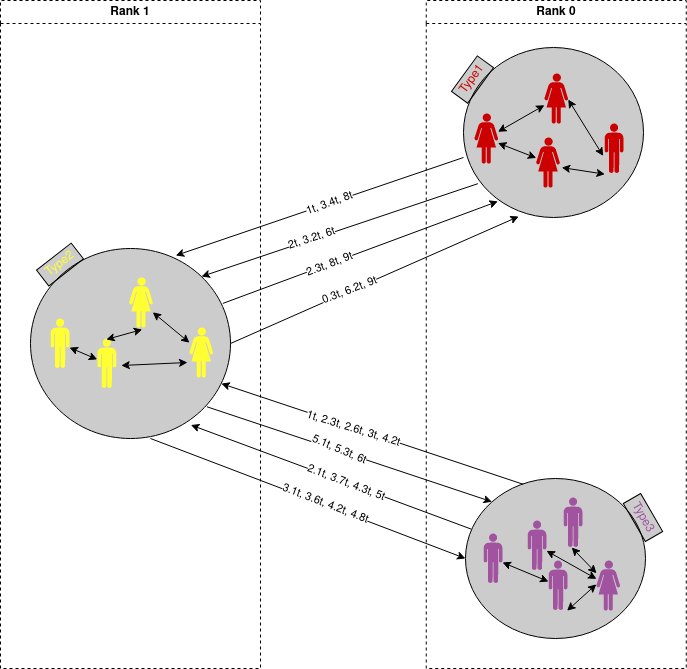
Before: docs/images/MASimplementation.drawio.png, a diagram exported from draw.io (josura/c2c-sepia). Source tidied: cells renumbered, new cells last; positions are measured from the earlier drawing's top-left corner, leaving out a move shared by most shapes.
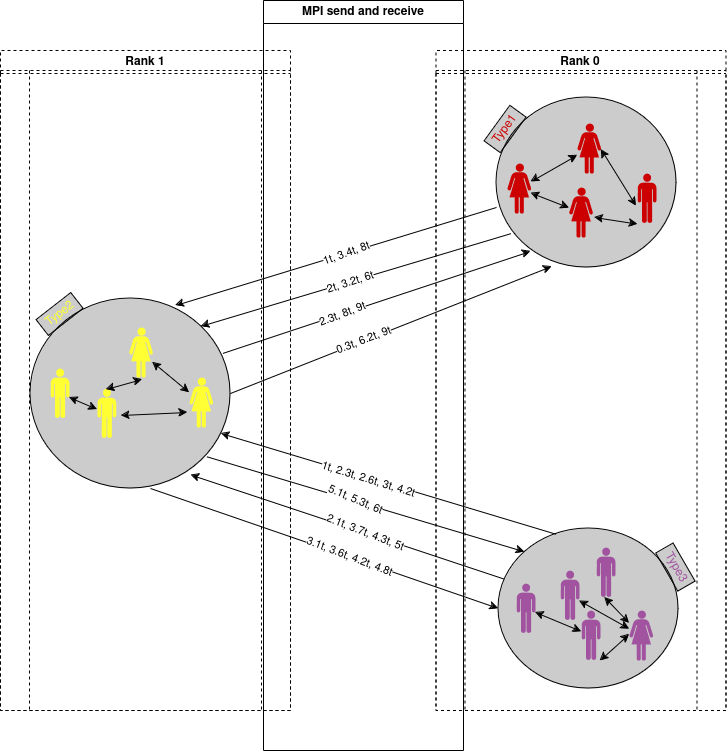
Later version of the same file.

The edit, as a diff of the source:
```diff
@@ -2,9 +2,6 @@
   <root>
     <mxCell id="0" />
     <mxCell id="1" parent="0" />
-    <mxCell id="2" value="Rank 0" style="swimlane;whiteSpace=wrap;html=1;dashed=1;" parent="1" vertex="1">
-      <mxGeometry x="425.8" width="260" height="668" as="geometry" />
-    </mxCell>
     <mxCell id="3" style="ellipse;whiteSpace=wrap;html=1;fillColor=#000000;fillOpacity=20;" parent="1" vertex="1">
       <mxGeometry x="463" y="47" width="180" height="170" as="geometry" />
     </mxCell>
@@ -15,7 +12,7 @@
       <mxGeometry x="465" y="478" width="180" height="160" as="geometry" />
     </mxCell>
     <mxCell id="6" style="ellipse;whiteSpace=wrap;html=1;fillColor=#000000;fillOpacity=20;" parent="1" vertex="1">
-      <mxGeometry x="30" y="248" width="200" height="190" as="geometry" />
+      <mxGeometry x="-3" y="248" width="200" height="190" as="geometry" />
     </mxCell>
     <mxCell id="7" style="verticalLabelPosition=bottom;sketch=0;html=1;fillColor=#A153A0;verticalAlign=top;align=center;shape=mxgraph.cisco_safe.design.actor_2;" parent="1" vertex="1">
       <mxGeometry x="563" y="497" width="19" height="50" as="geometry" />
@@ -27,7 +24,7 @@
       <mxGeometry relative="1" as="geometry" />
     </mxCell>
     <mxCell id="10" style="verticalLabelPosition=bottom;sketch=0;html=1;fillColor=#FFFF33;verticalAlign=top;align=center;shape=mxgraph.cisco_safe.design.actor_1;" parent="1" vertex="1">
-      <mxGeometry x="189" y="327" width="23.5" height="50" as="geometry" />
+      <mxGeometry x="156" y="327" width="23.5" height="50" as="geometry" />
     </mxCell>
     <mxCell id="11" style="rounded=0;jettySize=auto;html=1;startArrow=classic;startFill=1;" parent="1" edge="1" source="12" target="13">
       <mxGeometry relative="1" as="geometry" />
@@ -54,7 +51,7 @@
       <mxGeometry relative="1" as="geometry" />
     </mxCell>
     <mxCell id="19" style="verticalLabelPosition=bottom;sketch=0;html=1;fillColor=#FFFF33;verticalAlign=top;align=center;shape=mxgraph.cisco_safe.design.actor_2;" parent="1" vertex="1">
-      <mxGeometry x="96.8" y="338" width="19" height="50" as="geometry" />
+      <mxGeometry x="63.8" y="338" width="19" height="50" as="geometry" />
     </mxCell>
     <mxCell id="20" style="rounded=0;jettySize=auto;html=1;startArrow=classic;startFill=1;" parent="1" edge="1" source="21" target="30">
       <mxGeometry relative="1" as="geometry" />
@@ -66,16 +63,16 @@
       <mxGeometry relative="1" as="geometry" />
     </mxCell>
     <mxCell id="23" style="verticalLabelPosition=bottom;sketch=0;html=1;fillColor=#FFFF33;verticalAlign=top;align=center;shape=mxgraph.cisco_safe.design.actor_2;" parent="1" vertex="1">
-      <mxGeometry x="50" y="318" width="19" height="50" as="geometry" />
+      <mxGeometry x="17" y="318" width="19" height="50" as="geometry" />
     </mxCell>
     <mxCell id="24" style="verticalLabelPosition=bottom;sketch=0;html=1;fillColor=#FFFF33;verticalAlign=top;align=center;shape=mxgraph.cisco_safe.design.actor_1;" parent="1" vertex="1">
-      <mxGeometry x="128.8" y="277" width="23.5" height="50" as="geometry" />
+      <mxGeometry x="95.8" y="277" width="23.5" height="50" as="geometry" />
     </mxCell>
     <mxCell id="25" style="rounded=0;jettySize=auto;html=1;startArrow=classic;startFill=1;exitX=0.474;exitY=0.02;exitDx=0;exitDy=0;exitPerimeter=0;entryX=0.553;entryY=1.04;entryDx=0;entryDy=0;entryPerimeter=0;" parent="1" edge="1" source="19" target="24">
       <mxGeometry relative="1" as="geometry" />
     </mxCell>
     <mxCell id="26" value="&lt;font color=&quot;#ffff33&quot;&gt;Type2&lt;/font&gt;" style="rounded=0;whiteSpace=wrap;html=1;fillColor=#000000;fillOpacity=20;rotation=-38;" parent="1" vertex="1">
-      <mxGeometry x="37.5" y="254" width="44" height="20" as="geometry" />
+      <mxGeometry x="4.5" y="254" width="44" height="20" as="geometry" />
     </mxCell>
     <mxCell id="27" style="rounded=0;jettySize=auto;html=1;entryX=0.431;entryY=1;entryDx=0;entryDy=0;entryPerimeter=0;startArrow=classic;startFill=1;" parent="1" edge="1" source="14" target="7">
       <mxGeometry relative="1" as="geometry" />
@@ -114,7 +111,7 @@
     </mxCell>
     <mxCell id="38" value="2t, 3.2t, 6t" style="edgeLabel;html=1;align=center;verticalAlign=middle;rotation=-18;" parent="37" vertex="1">
       <mxGeometry x="0.23" y="2" relative="1" as="geometry">
-        <mxPoint x="3" y="-5" as="offset" />
+        <mxPoint x="29" y="-10" as="offset" />
       </mxGeometry>
     </mxCell>
     <mxCell id="39" style="rounded=0;jettySize=auto;html=1;exitX=0.031;exitY=0.316;exitDx=0;exitDy=0;exitPerimeter=0;entryX=0.802;entryY=0.929;entryDx=0;entryDy=0;entryPerimeter=0;" parent="1" edge="1" source="5" target="6">
@@ -127,7 +124,9 @@
       <mxGeometry relative="1" as="geometry" />
     </mxCell>
     <mxCell id="42" value="3.1t, 3.6t, 4.2t, 4.8t" style="edgeLabel;html=1;align=center;verticalAlign=middle;rotation=21;" parent="41" vertex="1">
-      <mxGeometry x="0.11" y="2" relative="1" as="geometry" />
+      <mxGeometry x="0.11" y="2" relative="1" as="geometry">
+        <mxPoint x="5" y="3" as="offset" />
+      </mxGeometry>
     </mxCell>
     <mxCell id="43" style="rounded=0;jettySize=auto;html=1;exitX=0.962;exitY=0.289;exitDx=0;exitDy=0;entryX=0.191;entryY=0.905;entryDx=0;entryDy=0;strokeColor=default;align=center;verticalAlign=middle;fontFamily=Helvetica;fontSize=11;fontColor=default;labelBackgroundColor=default;endArrow=classic;entryPerimeter=0;exitPerimeter=0;" parent="1" edge="1" source="6" target="3">
       <mxGeometry relative="1" as="geometry" />
@@ -157,7 +156,19 @@
       <mxGeometry x="620.5" y="507" width="44" height="20" as="geometry" />
     </mxCell>
     <mxCell id="51" value="&lt;div&gt;Rank 1&lt;/div&gt;" style="swimlane;whiteSpace=wrap;html=1;dashed=1;" parent="1" vertex="1">
-      <mxGeometry width="260" height="668" as="geometry" />
+      <mxGeometry x="-33" width="290" height="660" as="geometry" />
     </mxCell>
+    <mxCell id="52" style="shape=process;whiteSpace=wrap;html=1;backgroundOutline=1;dashed=1;fillColor=none;" parent="51" vertex="1">
+      <mxGeometry y="20" width="290" height="640" as="geometry" />
+    </mxCell>
+    <mxCell id="2" value="&lt;div&gt;Rank 0&lt;br&gt;&lt;/div&gt;" style="swimlane;whiteSpace=wrap;html=1;dashed=1;" parent="1" vertex="1">
+      <mxGeometry x="402.5" width="290" height="660" as="geometry" />
+    </mxCell>
+    <mxCell id="53" style="shape=process;whiteSpace=wrap;html=1;backgroundOutline=1;dashed=1;fillColor=none;" parent="2" vertex="1">
+      <mxGeometry y="20" width="290" height="640" as="geometry" />
+    </mxCell>
+    <mxCell id="54" value="MPI send and receive" style="swimlane;whiteSpace=wrap;html=1;" parent="1" vertex="1">
+      <mxGeometry x="230" y="-50" width="200" height="750" as="geometry" />
+    </mxCell>
   </root>
 </mxGraphModel>
```
